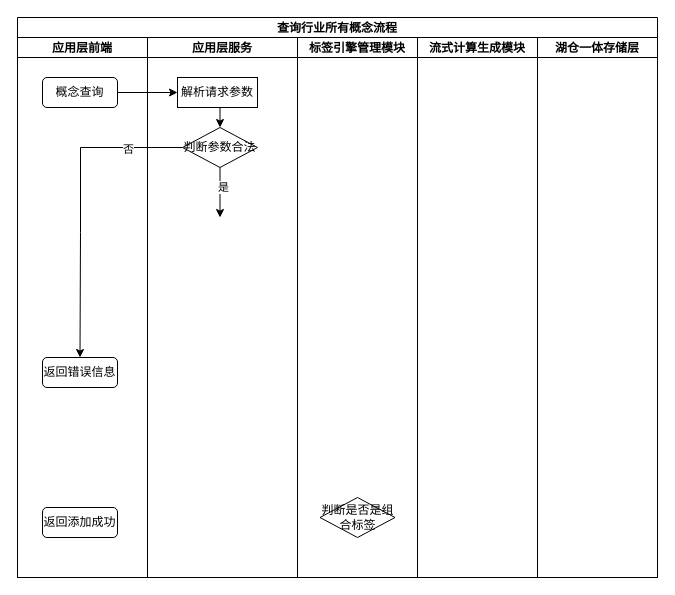
Earlier version of the draw.io diagram tupian/查询标签信息.drawio (JJFatherL/biyesheji). Source tidied: cells renumbered, new cells numbered last; positions are measured from the earlier drawing's top-left corner, leaving out a move shared by most shapes. Both pictures are drawn from the tidied source at 100%, with x=0, y=0 at pixel (17, 17).
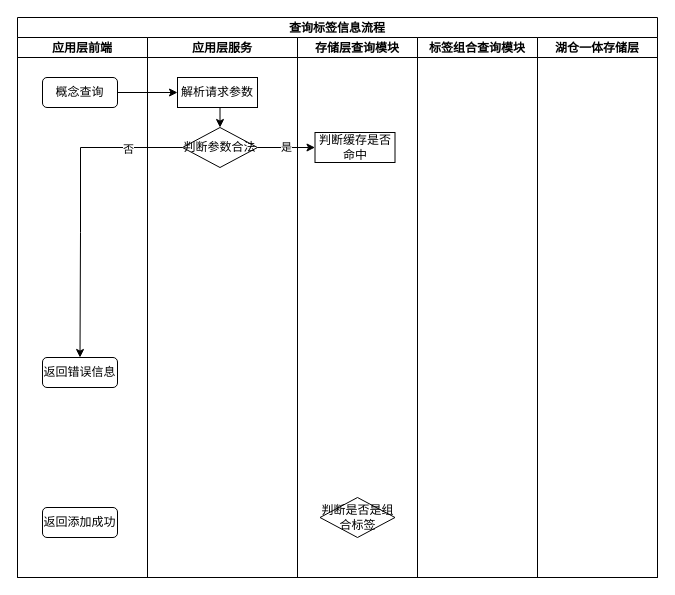
The same page after the edit.

Commit message (it also covers changes not shown here):
更新查询标签信息.drawio

The change refers to these unchanged cells:
```xml
<mxCell id="7" value="应用层服务" style="swimlane;startSize=20;" parent="2" vertex="1">
  <mxGeometry x="130" y="20" width="150" height="540" as="geometry" />
</mxCell>
<mxCell id="12" value="判断参数合法" style="rhombus;whiteSpace=wrap;html=1;" parent="7" vertex="1">
  <mxGeometry x="35" y="90" width="75" height="40" as="geometry" />
</mxCell>
```

The edit, as a diff of the source:
```diff
@@
-    <mxCell id="2" value="查询行业所有概念流程" style="swimlane;startSize=20;" parent="1" vertex="1">
+    <mxCell id="2" value="查询标签信息流程" style="swimlane;startSize=20;" parent="1" vertex="1">
       <mxGeometry width="640" height="560" as="geometry" />
     </mxCell>
@@
-    <mxCell id="10" style="edgeStyle=orthogonalEdgeStyle;rounded=0;jettySize=auto;html=1;exitX=0.5;exitY=1;exitDx=0;exitDy=0;" parent="7" edge="1" source="12">
-      <mxGeometry relative="1" as="geometry">
-        <mxPoint x="72.5" y="180" as="targetPoint" />
-      </mxGeometry>
-    </mxCell>
-    <mxCell id="11" value="是" style="edgeLabel;html=1;align=center;verticalAlign=middle;" parent="10" vertex="1">
-      <mxGeometry x="-0.24" y="3" relative="1" as="geometry" />
-    </mxCell>
@@
-    <mxCell id="13" value="标签引擎管理模块" style="swimlane;startSize=20;" parent="2" vertex="1">
+    <mxCell id="13" value="存储层查询模块" style="swimlane;startSize=20;" parent="2" vertex="1">
       <mxGeometry x="280" y="20" width="120" height="540" as="geometry" />
     </mxCell>
@@
+    <mxCell id="20" value="判断缓存是否命中" style="rounded=0;whiteSpace=wrap;html=1;" parent="13" vertex="1">
+      <mxGeometry x="17.5" y="95" width="80" height="30" as="geometry" />
+    </mxCell>
-    <mxCell id="15" value="流式计算生成模块" style="swimlane;startSize=20;" parent="2" vertex="1">
+    <mxCell id="15" value="标签组合查询模块" style="swimlane;startSize=20;" parent="2" vertex="1">
       <mxGeometry x="400" y="20" width="120" height="540" as="geometry" />
     </mxCell>
@@
+    <mxCell id="11" value="是" style="edgeStyle=orthogonalEdgeStyle;rounded=0;jettySize=auto;html=1;exitX=1;exitY=0.5;exitDx=0;exitDy=0;" parent="2" edge="1" source="12" target="20">
+      <mxGeometry relative="1" as="geometry" />
+    </mxCell>
```
